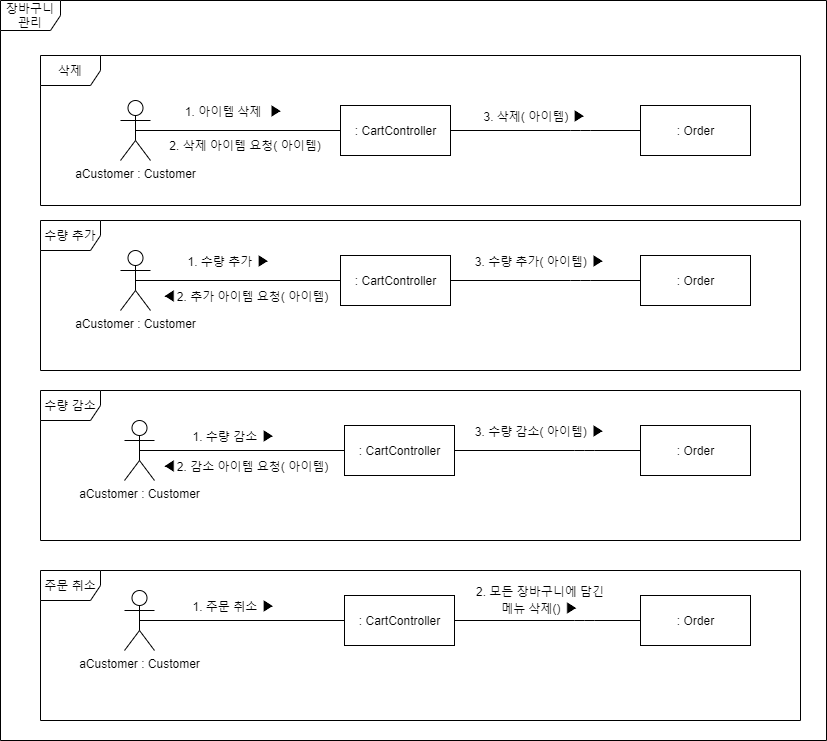
Earlier version of the draw.io export 상세명세서/Behavioral Model/communication diagram/장바구니 관리.png (distroytest/KNUSD-20202-Team05). Source tidied: cells renumbered, new cells last; positions are measured from the earlier drawing's top-left corner, leaving out a move shared by most shapes.
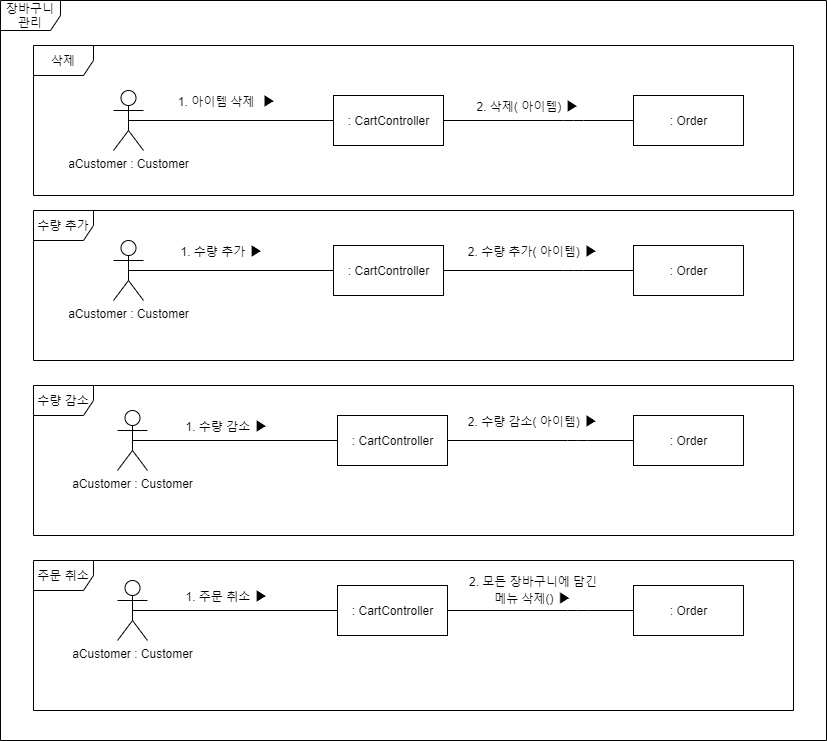
The same file after the commit.

Commit message:
Update 장바구니 관리.png

The edit, as a diff of the source:
```diff
@@ -73,22 +73,13 @@
     <mxCell id="19" value="1. 수량 감소&amp;nbsp;&lt;span style=&quot;font-family: , sans-serif ; font-size: 15px ; background-color: rgb(255 , 255 , 255)&quot;&gt;▶&lt;/span&gt;" style="text;html=1;strokeColor=none;fillColor=none;align=center;verticalAlign=middle;whiteSpace=wrap;rounded=0;" parent="1" vertex="1">
       <mxGeometry x="154" y="425" width="160" height="20" as="geometry" />
     </mxCell>
-    <mxCell id="20" value="2. 삭제 아이템 요청( 아이템)" style="text;html=1;strokeColor=none;fillColor=none;align=center;verticalAlign=middle;whiteSpace=wrap;rounded=0;" parent="1" vertex="1">
-      <mxGeometry x="160" y="135" width="170" height="20" as="geometry" />
-    </mxCell>
-    <mxCell id="21" value="&lt;span style=&quot;font-family: , sans-serif ; font-size: 15px ; background-color: rgb(255 , 255 , 255)&quot;&gt;◀&lt;/span&gt;2. 추가 아이템 요청( 아이템)" style="text;html=1;strokeColor=none;fillColor=none;align=center;verticalAlign=middle;whiteSpace=wrap;rounded=0;" parent="1" vertex="1">
-      <mxGeometry x="160" y="285" width="170" height="20" as="geometry" />
-    </mxCell>
-    <mxCell id="22" value="&lt;span style=&quot;font-family: , sans-serif ; font-size: 15px ; background-color: rgb(255 , 255 , 255)&quot;&gt;◀&lt;/span&gt;2. 감소 아이템 요청( 아이템)" style="text;html=1;strokeColor=none;fillColor=none;align=center;verticalAlign=middle;whiteSpace=wrap;rounded=0;" parent="1" vertex="1">
-      <mxGeometry x="160" y="455" width="170" height="20" as="geometry" />
-    </mxCell>
-    <mxCell id="23" value="3. 삭제( 아이템)&amp;nbsp;&lt;span style=&quot;font-size: 15px ; background-color: rgb(255 , 255 , 255)&quot;&gt;▶&lt;/span&gt;" style="text;html=1;strokeColor=none;fillColor=none;align=center;verticalAlign=middle;whiteSpace=wrap;rounded=0;" parent="1" vertex="1">
+    <mxCell id="23" value="2. 삭제( 아이템)&amp;nbsp;&lt;span style=&quot;font-size: 15px ; background-color: rgb(255 , 255 , 255)&quot;&gt;▶&lt;/span&gt;" style="text;html=1;strokeColor=none;fillColor=none;align=center;verticalAlign=middle;whiteSpace=wrap;rounded=0;" parent="1" vertex="1">
       <mxGeometry x="470" y="105" width="130" height="20" as="geometry" />
     </mxCell>
-    <mxCell id="24" value="3. 수량 추가( 아이템)&amp;nbsp;&lt;span style=&quot;font-size: 15px ; background-color: rgb(255 , 255 , 255)&quot;&gt;▶&lt;/span&gt;" style="text;html=1;strokeColor=none;fillColor=none;align=center;verticalAlign=middle;whiteSpace=wrap;rounded=0;" parent="1" vertex="1">
+    <mxCell id="24" value="2. 수량 추가( 아이템)&amp;nbsp;&lt;span style=&quot;font-size: 15px ; background-color: rgb(255 , 255 , 255)&quot;&gt;▶&lt;/span&gt;" style="text;html=1;strokeColor=none;fillColor=none;align=center;verticalAlign=middle;whiteSpace=wrap;rounded=0;" parent="1" vertex="1">
       <mxGeometry x="470" y="250" width="140" height="20" as="geometry" />
     </mxCell>
-    <mxCell id="25" value="3. 수량 감소( 아이템)&amp;nbsp;&lt;span style=&quot;font-size: 15px ; background-color: rgb(255 , 255 , 255)&quot;&gt;▶&lt;/span&gt;" style="text;html=1;strokeColor=none;fillColor=none;align=center;verticalAlign=middle;whiteSpace=wrap;rounded=0;" parent="1" vertex="1">
+    <mxCell id="25" value="2. 수량 감소( 아이템)&amp;nbsp;&lt;span style=&quot;font-size: 15px ; background-color: rgb(255 , 255 , 255)&quot;&gt;▶&lt;/span&gt;" style="text;html=1;strokeColor=none;fillColor=none;align=center;verticalAlign=middle;whiteSpace=wrap;rounded=0;" parent="1" vertex="1">
       <mxGeometry x="470" y="420" width="140" height="20" as="geometry" />
     </mxCell>
     <mxCell id="26" value="삭제" style="shape=umlFrame;whiteSpace=wrap;html=1;" parent="1" vertex="1">
@@ -98,10 +89,10 @@
       <mxGeometry x="40" y="220" width="760" height="150" as="geometry" />
     </mxCell>
     <mxCell id="28" value="수량 감소" style="shape=umlFrame;whiteSpace=wrap;html=1;" parent="1" vertex="1">
-      <mxGeometry x="40" y="390" width="760" height="150" as="geometry" />
+      <mxGeometry x="40" y="395" width="760" height="150" as="geometry" />
     </mxCell>
     <mxCell id="29" value="장바구니 관리" style="shape=umlFrame;whiteSpace=wrap;html=1;" parent="1" vertex="1">
-      <mxGeometry width="826" height="740" as="geometry" />
+      <mxGeometry x="7" y="10" width="826" height="740" as="geometry" />
     </mxCell>
     <mxCell id="30" value="aCustomer : Customer" style="shape=umlActor;verticalLabelPosition=bottom;verticalAlign=top;html=1;" parent="1" vertex="1">
       <mxGeometry x="124" y="590" width="30" height="60" as="geometry" />
```
